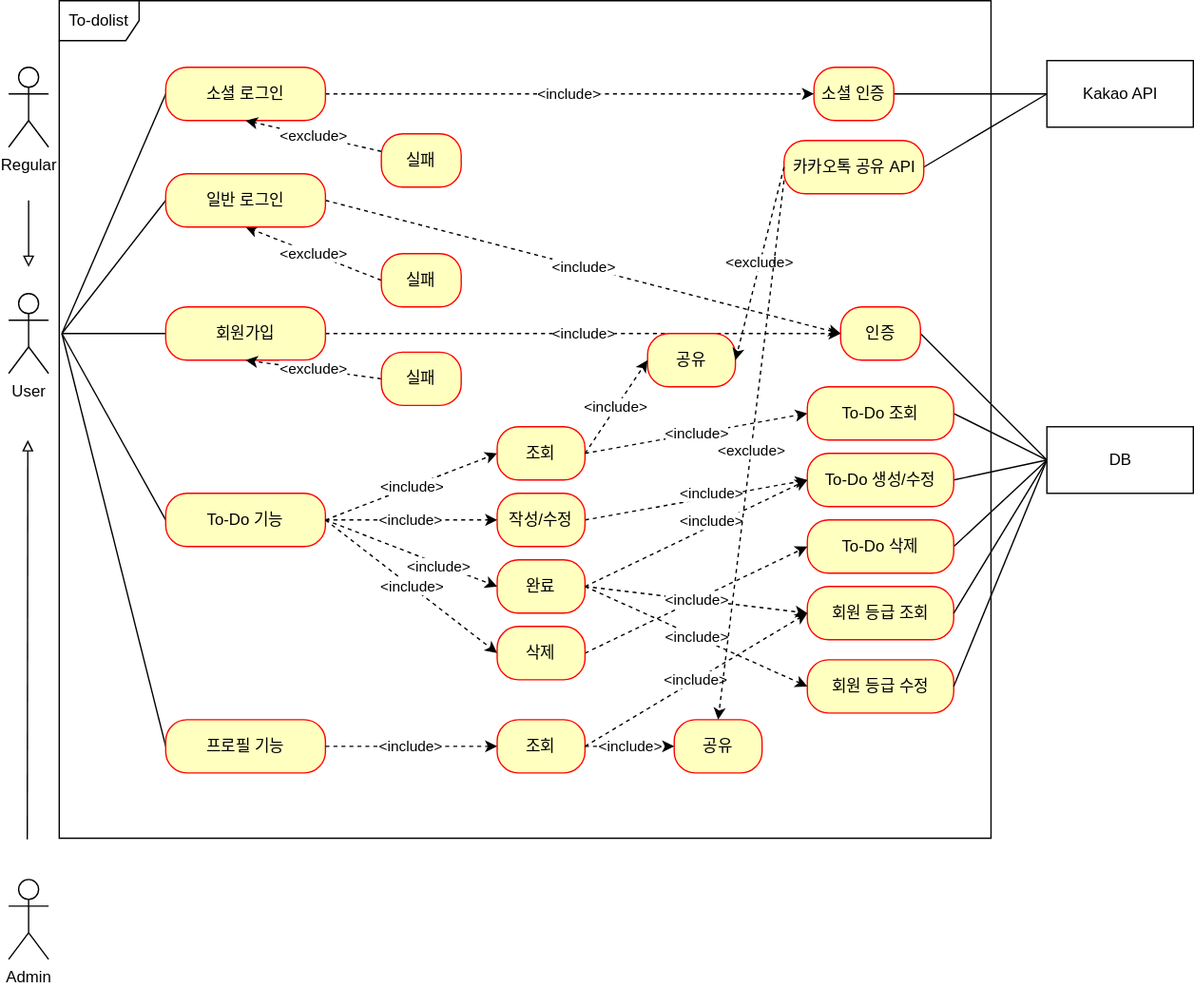
Above: documents/use-case.drawio.svg in mrcocoball/To-Dolist (draw.io), before the change. Source tidied: cells renumbered, new cells last; positions are measured from the earlier drawing's top-left corner, leaving out a move shared by most shapes.
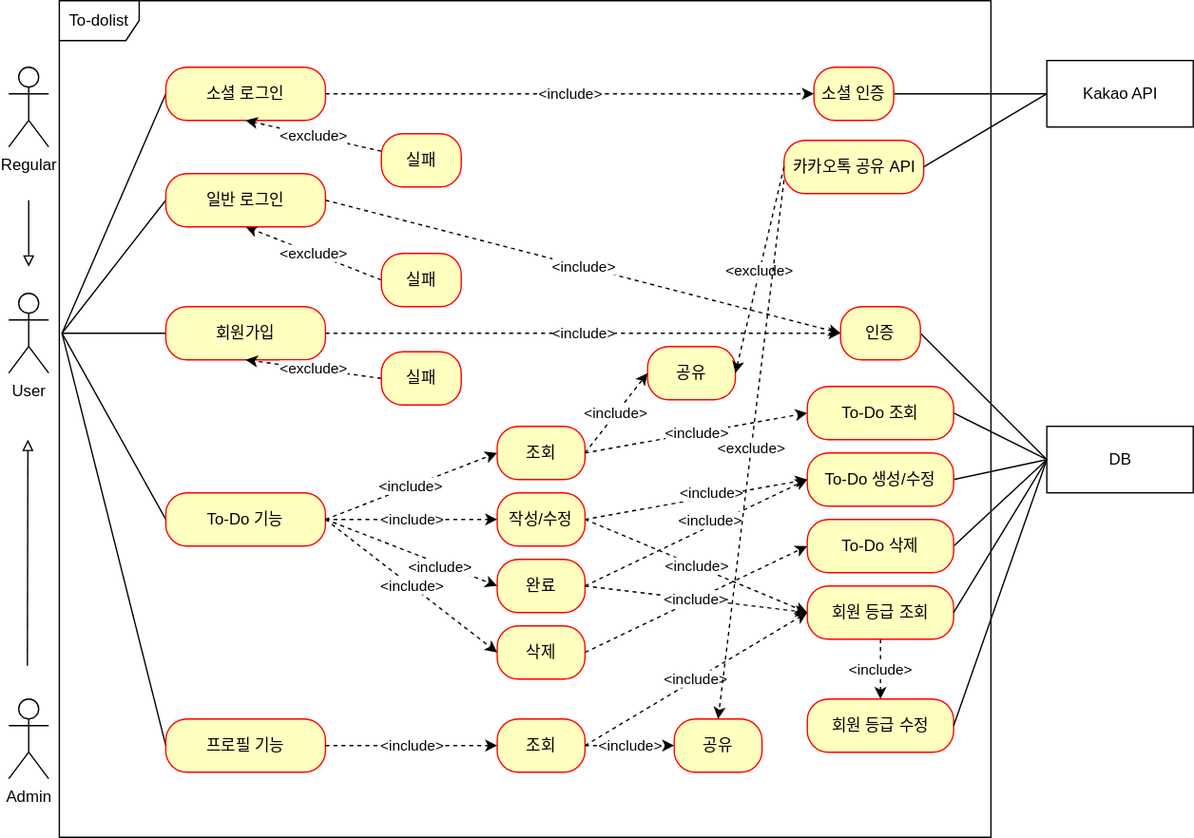
After the change.

Commit message:
#42 - use-case 수정

The edit, as a diff of the source:
```diff
@@ -71,12 +71,12 @@
     </mxCell>
     <mxCell id="22" style="edgeStyle=none;rounded=0;orthogonalLoop=1;jettySize=auto;html=1;endArrow=block;endFill=0;" parent="1" edge="1">
       <mxGeometry relative="1" as="geometry">
-        <mxPoint x="14" y="630" as="sourcePoint" />
+        <mxPoint x="14" y="500" as="sourcePoint" />
         <mxPoint x="14.4" y="330" as="targetPoint" />
       </mxGeometry>
     </mxCell>
     <mxCell id="23" value="Admin" style="shape=umlActor;verticalLabelPosition=bottom;verticalAlign=top;html=1;" parent="1" vertex="1">
-      <mxGeometry y="660" width="30" height="60" as="geometry" />
+      <mxGeometry y="525" width="30" height="60" as="geometry" />
     </mxCell>
     <mxCell id="24" style="edgeStyle=none;rounded=0;jettySize=auto;html=1;endArrow=none;endFill=0;exitX=0;exitY=0.5;exitDx=0;exitDy=0;" parent="1" edge="1" source="27">
       <mxGeometry relative="1" as="geometry">
@@ -141,6 +141,9 @@
     <mxCell id="42" value="To-Do 조회" style="rounded=1;whiteSpace=wrap;html=1;arcSize=40;fontColor=#000000;fillColor=#ffffc0;strokeColor=#ff0000;" parent="1" vertex="1">
       <mxGeometry x="600" y="290" width="110" height="40" as="geometry" />
     </mxCell>
+    <mxCell id="69" value="&amp;lt;include&amp;gt;" style="rounded=0;jettySize=auto;html=1;entryX=0;entryY=0.5;entryDx=0;entryDy=0;dashed=1;exitX=1;exitY=0.5;exitDx=0;exitDy=0;" parent="1" edge="1" source="43" target="56">
+      <mxGeometry relative="1" as="geometry" />
+    </mxCell>
     <mxCell id="43" value="작성/수정" style="rounded=1;whiteSpace=wrap;html=1;arcSize=40;fontColor=#000000;fillColor=#ffffc0;strokeColor=#ff0000;" parent="1" vertex="1">
       <mxGeometry x="367" y="370" width="66" height="40" as="geometry" />
     </mxCell>
@@ -151,7 +154,7 @@
       <mxGeometry x="367" y="420" width="66" height="40" as="geometry" />
     </mxCell>
     <mxCell id="46" value="공유" style="rounded=1;whiteSpace=wrap;html=1;arcSize=40;fontColor=#000000;fillColor=#ffffc0;strokeColor=#ff0000;" parent="1" vertex="1">
-      <mxGeometry x="480" y="250" width="66" height="40" as="geometry" />
+      <mxGeometry x="480" y="260" width="66" height="40" as="geometry" />
     </mxCell>
     <mxCell id="47" value="삭제" style="rounded=1;whiteSpace=wrap;html=1;arcSize=40;fontColor=#000000;fillColor=#ffffc0;strokeColor=#ff0000;" parent="1" vertex="1">
       <mxGeometry x="367" y="470" width="66" height="40" as="geometry" />
@@ -180,11 +183,14 @@
     <mxCell id="55" value="카카오톡 공유 API" style="rounded=1;whiteSpace=wrap;html=1;arcSize=40;fontColor=#000000;fillColor=#ffffc0;strokeColor=#ff0000;" parent="1" vertex="1">
       <mxGeometry x="582.5" y="105" width="105" height="40" as="geometry" />
     </mxCell>
+    <mxCell id="70" value="&amp;lt;include&amp;gt;" style="edgeStyle=orthogonalEdgeStyle;rounded=0;jettySize=auto;html=1;entryX=0.5;entryY=0;entryDx=0;entryDy=0;dashed=1;" parent="1" edge="1" source="56" target="57">
+      <mxGeometry relative="1" as="geometry" />
+    </mxCell>
     <mxCell id="56" value="회원 등급 조회" style="rounded=1;whiteSpace=wrap;html=1;arcSize=40;fontColor=#000000;fillColor=#ffffc0;strokeColor=#ff0000;" parent="1" vertex="1">
       <mxGeometry x="600" y="440" width="110" height="40" as="geometry" />
     </mxCell>
     <mxCell id="57" value="회원 등급 수정" style="rounded=1;whiteSpace=wrap;html=1;arcSize=40;fontColor=#000000;fillColor=#ffffc0;strokeColor=#ff0000;" parent="1" vertex="1">
-      <mxGeometry x="600" y="495" width="110" height="40" as="geometry" />
+      <mxGeometry x="600" y="525" width="110" height="40" as="geometry" />
     </mxCell>
     <mxCell id="58" value="&amp;lt;exclude&amp;gt;" style="rounded=0;jettySize=auto;html=1;entryX=1;entryY=0.5;entryDx=0;entryDy=0;exitX=0;exitY=0.5;exitDx=0;exitDy=0;dashed=1;" parent="1" edge="1" source="55" target="46">
       <mxGeometry relative="1" as="geometry" />
@@ -192,9 +198,6 @@
     <mxCell id="59" value="&amp;lt;include&amp;gt;" style="edgeStyle=none;rounded=0;jettySize=auto;html=1;entryX=0;entryY=0.5;entryDx=0;entryDy=0;dashed=1;endArrow=classic;endFill=1;exitX=1;exitY=0.5;exitDx=0;exitDy=0;" parent="1" edge="1" source="45" target="56">
       <mxGeometry relative="1" as="geometry" />
     </mxCell>
-    <mxCell id="60" value="&amp;lt;include&amp;gt;" style="edgeStyle=none;rounded=0;jettySize=auto;html=1;entryX=0;entryY=0.5;entryDx=0;entryDy=0;dashed=1;endArrow=classic;endFill=1;exitX=1;exitY=0.5;exitDx=0;exitDy=0;" parent="1" edge="1" source="45" target="57">
-      <mxGeometry relative="1" as="geometry" />
-    </mxCell>
     <mxCell id="61" value="공유" style="rounded=1;whiteSpace=wrap;html=1;arcSize=40;fontColor=#000000;fillColor=#ffffc0;strokeColor=#ff0000;" parent="1" vertex="1">
       <mxGeometry x="500" y="540" width="66" height="40" as="geometry" />
     </mxCell>
```
